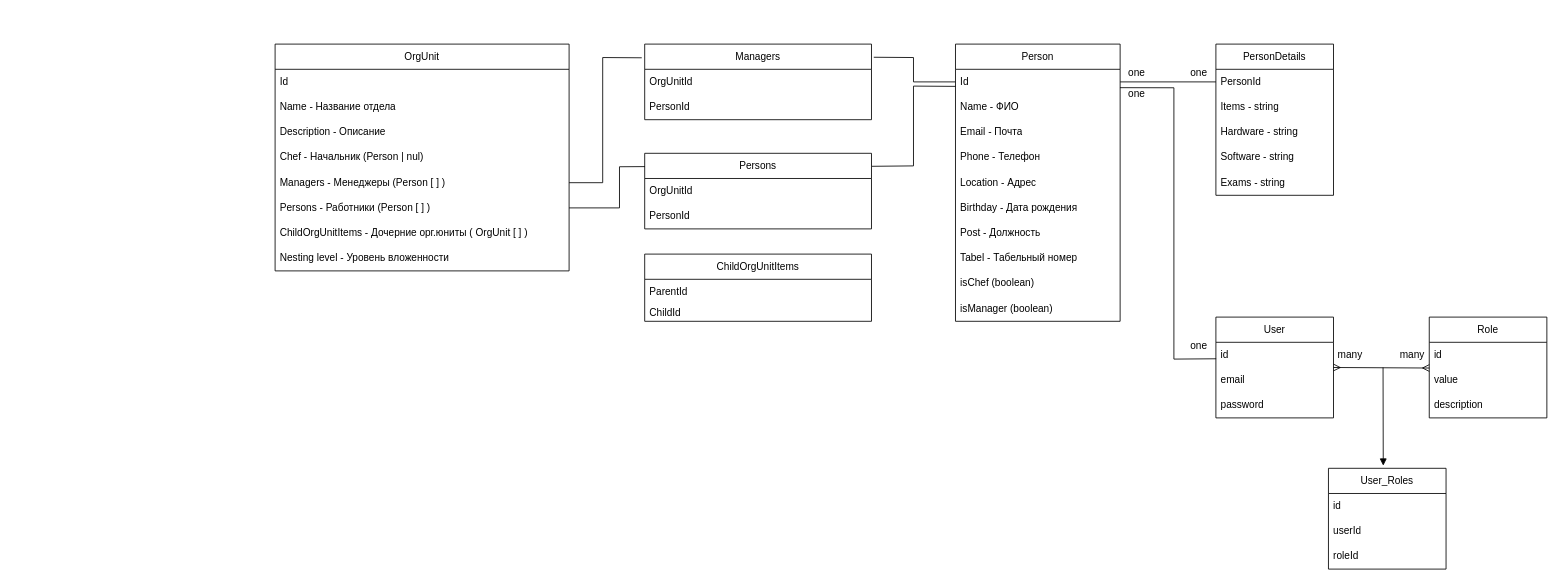
Above: TableSchema.drawio in mspolermo/org-structure (draw.io), before the change. Source tidied: cells renumbered, new cells numbered last; positions are measured from the earlier drawing's top-left corner, leaving out a move shared by most shapes. Both pictures are drawn from the tidied source at 84%, with x=0, y=0 at pixel (275, 44).
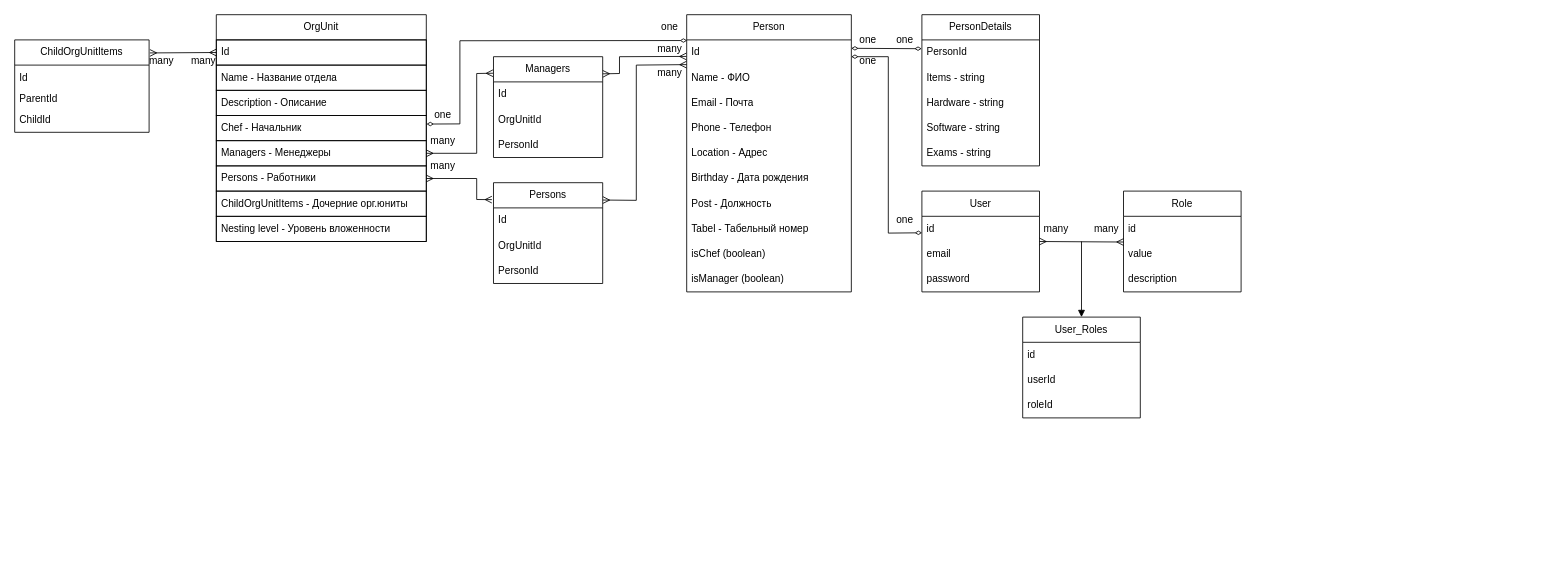
After the change.

Unchanged cells that the change refers to:
```xml
<mxCell id="3" value="Id" style="text;strokeColor=none;fillColor=none;align=left;verticalAlign=middle;spacingLeft=4;spacingRight=4;overflow=hidden;points=[[0,0.5],[1,0.5]];portConstraint=eastwest;whiteSpace=wrap;html=1;" parent="2" vertex="1">
  <mxGeometry y="30" width="196" height="30" as="geometry" />
</mxCell>
<mxCell id="14" value="PersonId" style="text;strokeColor=none;fillColor=none;align=left;verticalAlign=middle;spacingLeft=4;spacingRight=4;overflow=hidden;points=[[0,0.5],[1,0.5]];portConstraint=eastwest;whiteSpace=wrap;html=1;" parent="13" vertex="1">
  <mxGeometry y="30" width="140" height="30" as="geometry" />
</mxCell>
<mxCell id="46" value="id" style="text;strokeColor=none;fillColor=none;align=left;verticalAlign=middle;spacingLeft=4;spacingRight=4;overflow=hidden;points=[[0,0.5],[1,0.5]];portConstraint=eastwest;whiteSpace=wrap;html=1;" parent="45" vertex="1">
  <mxGeometry y="30" width="140" height="30" as="geometry" />
</mxCell>
```

The edit, as a diff of the source:
```diff
@@
     <mxCell id="2" value="Person" style="swimlane;fontStyle=0;horizontal=1;startSize=30;whiteSpace=wrap;html=1;" parent="1" vertex="1">
-      <mxGeometry x="810" width="196" height="330" as="geometry" />
+      <mxGeometry x="490" y="-35" width="196" height="330" as="geometry" />
     </mxCell>
@@
     <mxCell id="13" value="PersonDetails" style="swimlane;fontStyle=0;horizontal=1;startSize=30;whiteSpace=wrap;html=1;" parent="1" vertex="1">
-      <mxGeometry x="1120" width="140" height="180" as="geometry" />
+      <mxGeometry x="770" y="-35" width="140" height="180" as="geometry" />
     </mxCell>
@@
-    <mxCell id="20" style="endArrow=none;startArrow=none;html=1;rounded=0;entryX=0;entryY=0.5;entryDx=0;entryDy=0;startFill=0;endFill=0;exitX=1;exitY=0.5;exitDx=0;exitDy=0;" parent="1" edge="1" source="3" target="14">
+    <mxCell id="20" style="endArrow=diamondThin;startArrow=diamondThin;html=1;rounded=0;entryX=-0.001;entryY=0.349;entryDx=0;entryDy=0;startFill=0;endFill=0;exitX=0.999;exitY=0.334;exitDx=0;exitDy=0;exitPerimeter=0;entryPerimeter=0;" parent="1" edge="1" source="3" target="14">
       <mxGeometry relative="1" as="geometry" />
     </mxCell>
     <mxCell id="21" value="OrgUnit" style="swimlane;fontStyle=0;horizontal=1;startSize=30;whiteSpace=wrap;html=1;" parent="1" vertex="1">
-      <mxGeometry width="350" height="270" as="geometry" />
+      <mxGeometry x="-70" y="-35" width="250" height="270" as="geometry" />
     </mxCell>
-    <mxCell id="22" value="Id" style="text;strokeColor=none;fillColor=none;align=left;verticalAlign=middle;spacingLeft=4;spacingRight=4;overflow=hidden;points=[[0,0.5],[1,0.5]];portConstraint=eastwest;whiteSpace=wrap;html=1;" parent="21" vertex="1">
-      <mxGeometry y="30" width="350" height="30" as="geometry" />
+    <mxCell id="22" value="Id" style="text;strokeColor=default;fillColor=none;align=left;verticalAlign=middle;spacingLeft=4;spacingRight=4;overflow=hidden;points=[[0,0.5],[1,0.5]];portConstraint=eastwest;whiteSpace=wrap;html=1;" parent="21" vertex="1">
+      <mxGeometry y="30" width="250" height="30" as="geometry" />
     </mxCell>
-    <mxCell id="23" value="Name - Название отдела" style="text;strokeColor=none;fillColor=none;align=left;verticalAlign=middle;spacingLeft=4;spacingRight=4;overflow=hidden;whiteSpace=wrap;html=1;" parent="21" vertex="1">
-      <mxGeometry y="60" width="350" height="30" as="geometry" />
+    <mxCell id="23" value="Name - Название отдела" style="text;strokeColor=default;fillColor=none;align=left;verticalAlign=middle;spacingLeft=4;spacingRight=4;overflow=hidden;whiteSpace=wrap;html=1;" parent="21" vertex="1">
+      <mxGeometry y="60" width="250" height="30" as="geometry" />
     </mxCell>
-    <mxCell id="24" value="Description - Описание" style="text;strokeColor=none;fillColor=none;align=left;verticalAlign=middle;spacingLeft=4;spacingRight=4;overflow=hidden;whiteSpace=wrap;html=1;" parent="21" vertex="1">
-      <mxGeometry y="90" width="350" height="30" as="geometry" />
+    <mxCell id="24" value="Description - Описание" style="text;strokeColor=default;fillColor=none;align=left;verticalAlign=middle;spacingLeft=4;spacingRight=4;overflow=hidden;whiteSpace=wrap;html=1;" parent="21" vertex="1">
+      <mxGeometry y="90" width="250" height="30" as="geometry" />
     </mxCell>
-    <mxCell id="25" value="Chef - Начальник (Person | nul)" style="text;strokeColor=none;fillColor=none;align=left;verticalAlign=middle;spacingLeft=4;spacingRight=4;overflow=hidden;points=[[0,0.5],[1,0.5]];portConstraint=eastwest;whiteSpace=wrap;html=1;" parent="21" vertex="1">
-      <mxGeometry y="120" width="350" height="30" as="geometry" />
+    <mxCell id="25" value="Chef - Начальник" style="text;strokeColor=default;fillColor=none;align=left;verticalAlign=middle;spacingLeft=4;spacingRight=4;overflow=hidden;points=[[0,0.5],[1,0.5]];portConstraint=eastwest;whiteSpace=wrap;html=1;" parent="21" vertex="1">
+      <mxGeometry y="120" width="250" height="30" as="geometry" />
     </mxCell>
-    <mxCell id="26" value="Managers - Менеджеры (Person [ ] )" style="text;strokeColor=none;fillColor=none;align=left;verticalAlign=middle;spacingLeft=4;spacingRight=4;overflow=hidden;points=[[0,0.5],[1,0.5]];portConstraint=eastwest;whiteSpace=wrap;html=1;" parent="21" vertex="1">
-      <mxGeometry y="150" width="350" height="30" as="geometry" />
+    <mxCell id="26" value="Managers - Менеджеры" style="text;strokeColor=default;fillColor=none;align=left;verticalAlign=middle;spacingLeft=4;spacingRight=4;overflow=hidden;points=[[0,0.5],[1,0.5]];portConstraint=eastwest;whiteSpace=wrap;html=1;" parent="21" vertex="1">
+      <mxGeometry y="150" width="250" height="30" as="geometry" />
     </mxCell>
-    <mxCell id="27" value="Persons - Работники (Person [ ] )" style="text;strokeColor=none;fillColor=none;align=left;verticalAlign=middle;spacingLeft=4;spacingRight=4;overflow=hidden;points=[[0,0.5],[1,0.5]];portConstraint=eastwest;whiteSpace=wrap;html=1;" parent="21" vertex="1">
-      <mxGeometry y="180" width="350" height="30" as="geometry" />
+    <mxCell id="27" value="Persons - Работники" style="text;strokeColor=default;fillColor=none;align=left;verticalAlign=middle;spacingLeft=4;spacingRight=4;overflow=hidden;points=[[0,0.5],[1,0.5]];portConstraint=eastwest;whiteSpace=wrap;html=1;" parent="21" vertex="1">
+      <mxGeometry y="180" width="250" height="30" as="geometry" />
     </mxCell>
-    <mxCell id="28" value="ChildOrgUnitItems - Дочерние орг.юниты ( OrgUnit [ ] )" style="text;strokeColor=none;fillColor=none;align=left;verticalAlign=middle;spacingLeft=4;spacingRight=4;overflow=hidden;whiteSpace=wrap;html=1;" parent="21" vertex="1">
-      <mxGeometry y="210" width="350" height="30" as="geometry" />
+    <mxCell id="28" value="ChildOrgUnitItems - Дочерние орг.юниты" style="text;strokeColor=default;fillColor=none;align=left;verticalAlign=middle;spacingLeft=4;spacingRight=4;overflow=hidden;whiteSpace=wrap;html=1;" parent="21" vertex="1">
+      <mxGeometry y="210" width="250" height="30" as="geometry" />
     </mxCell>
-    <mxCell id="29" value="Nesting level - Уровень вложенности" style="text;strokeColor=none;fillColor=none;align=left;verticalAlign=middle;spacingLeft=4;spacingRight=4;overflow=hidden;whiteSpace=wrap;html=1;" parent="21" vertex="1">
-      <mxGeometry y="240" width="350" height="30" as="geometry" />
+    <mxCell id="29" value="Nesting level - Уровень вложенности" style="text;strokeColor=default;fillColor=none;align=left;verticalAlign=middle;spacingLeft=4;spacingRight=4;overflow=hidden;whiteSpace=wrap;html=1;" parent="21" vertex="1">
+      <mxGeometry y="240" width="250" height="30" as="geometry" />
     </mxCell>
     <mxCell id="30" value="Managers" style="swimlane;fontStyle=0;horizontal=1;startSize=30;whiteSpace=wrap;html=1;" parent="1" vertex="1">
-      <mxGeometry x="440" width="270" height="90" as="geometry" />
+      <mxGeometry x="260" y="15" width="130" height="120" as="geometry" />
     </mxCell>
-    <mxCell id="31" value="OrgUnitId&lt;br&gt;" style="text;strokeColor=none;fillColor=none;align=left;verticalAlign=middle;spacingLeft=4;spacingRight=4;overflow=hidden;whiteSpace=wrap;html=1;" parent="30" vertex="1">
-      <mxGeometry y="30" width="270" height="30" as="geometry" />
+    <mxCell id="31" value="Id&lt;br&gt;" style="text;strokeColor=none;fillColor=none;align=left;verticalAlign=middle;spacingLeft=4;spacingRight=4;overflow=hidden;whiteSpace=wrap;html=1;" parent="30" vertex="1">
+      <mxGeometry y="30" width="130" height="30" as="geometry" />
     </mxCell>
-    <mxCell id="32" value="PersonId&lt;br&gt;" style="text;strokeColor=none;fillColor=none;align=left;verticalAlign=middle;spacingLeft=4;spacingRight=4;overflow=hidden;whiteSpace=wrap;html=1;" parent="30" vertex="1">
-      <mxGeometry y="60" width="270" height="30" as="geometry" />
+    <mxCell id="32" value="OrgUnitId" style="text;strokeColor=none;fillColor=none;align=left;verticalAlign=middle;spacingLeft=4;spacingRight=4;overflow=hidden;whiteSpace=wrap;html=1;" parent="30" vertex="1">
+      <mxGeometry y="60" width="130" height="30" as="geometry" />
     </mxCell>
+    <mxCell id="64" value="PersonId" style="text;strokeColor=none;fillColor=none;align=left;verticalAlign=middle;spacingLeft=4;spacingRight=4;overflow=hidden;whiteSpace=wrap;html=1;" parent="30" vertex="1">
+      <mxGeometry y="90" width="130" height="30" as="geometry" />
+    </mxCell>
     <mxCell id="33" value="Persons" style="swimlane;fontStyle=0;horizontal=1;startSize=30;whiteSpace=wrap;html=1;" parent="1" vertex="1">
-      <mxGeometry x="440" y="130" width="270" height="90" as="geometry" />
+      <mxGeometry x="260" y="165" width="130" height="120" as="geometry" />
     </mxCell>
-    <mxCell id="34" value="OrgUnitId&lt;br&gt;" style="text;strokeColor=none;fillColor=none;align=left;verticalAlign=middle;spacingLeft=4;spacingRight=4;overflow=hidden;whiteSpace=wrap;html=1;" parent="33" vertex="1">
-      <mxGeometry y="30" width="270" height="30" as="geometry" />
+    <mxCell id="34" value="Id&lt;br&gt;" style="text;strokeColor=none;fillColor=none;align=left;verticalAlign=middle;spacingLeft=4;spacingRight=4;overflow=hidden;whiteSpace=wrap;html=1;" parent="33" vertex="1">
+      <mxGeometry y="30" width="130" height="30" as="geometry" />
     </mxCell>
-    <mxCell id="35" value="PersonId&lt;br&gt;" style="text;strokeColor=none;fillColor=none;align=left;verticalAlign=middle;spacingLeft=4;spacingRight=4;overflow=hidden;whiteSpace=wrap;html=1;" parent="33" vertex="1">
-      <mxGeometry y="60" width="270" height="30" as="geometry" />
+    <mxCell id="35" value="OrgUnitId" style="text;strokeColor=none;fillColor=none;align=left;verticalAlign=middle;spacingLeft=4;spacingRight=4;overflow=hidden;whiteSpace=wrap;html=1;" parent="33" vertex="1">
+      <mxGeometry y="60" width="130" height="30" as="geometry" />
     </mxCell>
+    <mxCell id="65" value="PersonId" style="text;strokeColor=none;fillColor=none;align=left;verticalAlign=middle;spacingLeft=4;spacingRight=4;overflow=hidden;whiteSpace=wrap;html=1;" parent="33" vertex="1">
+      <mxGeometry y="90" width="130" height="30" as="geometry" />
+    </mxCell>
-    <mxCell id="36" style="endArrow=none;html=1;rounded=0;exitX=1;exitY=0.5;exitDx=0;exitDy=0;entryX=-0.013;entryY=0.181;entryDx=0;entryDy=0;entryPerimeter=0;" parent="1" edge="1" source="26" target="30">
+    <mxCell id="36" style="endArrow=ERmany;html=1;rounded=0;exitX=1;exitY=0.5;exitDx=0;exitDy=0;entryX=-0.005;entryY=0.164;entryDx=0;entryDy=0;entryPerimeter=0;startArrow=ERmany;startFill=0;endFill=0;" parent="1" edge="1" source="26" target="30">
       <mxGeometry relative="1" as="geometry">
         <Array as="points">
-          <mxPoint x="390" y="165" />
-          <mxPoint x="390" y="16" />
+          <mxPoint x="240" y="130" />
+          <mxPoint x="240" y="35" />
         </Array>
       </mxGeometry>
     </mxCell>
-    <mxCell id="37" style="endArrow=none;html=1;rounded=0;entryX=1;entryY=0.5;entryDx=0;entryDy=0;exitX=0.001;exitY=0.176;exitDx=0;exitDy=0;exitPerimeter=0;" parent="1" edge="1" source="33" target="27">
+    <mxCell id="37" style="endArrow=ERmany;html=1;rounded=0;entryX=1;entryY=0.5;entryDx=0;entryDy=0;startArrow=ERmany;startFill=0;endFill=0;exitX=-0.015;exitY=0.168;exitDx=0;exitDy=0;exitPerimeter=0;" parent="1" edge="1" source="33" target="27">
       <mxGeometry relative="1" as="geometry">
         <Array as="points">
-          <mxPoint x="410" y="146" />
-          <mxPoint x="410" y="195" />
+          <mxPoint x="240" y="185" />
+          <mxPoint x="240" y="160" />
         </Array>
       </mxGeometry>
     </mxCell>
-    <mxCell id="38" style="endArrow=none;html=1;rounded=0;entryX=0;entryY=0.5;entryDx=0;entryDy=0;exitX=1.01;exitY=0.174;exitDx=0;exitDy=0;exitPerimeter=0;" parent="1" edge="1" source="30" target="3">
+    <mxCell id="38" style="endArrow=ERmany;html=1;rounded=0;entryX=-0.002;entryY=0.656;entryDx=0;entryDy=0;exitX=1.001;exitY=0.17;exitDx=0;exitDy=0;exitPerimeter=0;entryPerimeter=0;endFill=0;startArrow=ERmany;startFill=0;" parent="1" edge="1" source="30" target="3">
       <mxGeometry relative="1" as="geometry">
         <Array as="points">
-          <mxPoint x="760" y="16" />
-          <mxPoint x="760" y="45" />
+          <mxPoint x="410" y="35" />
+          <mxPoint x="410" y="15" />
         </Array>
       </mxGeometry>
     </mxCell>
-    <mxCell id="39" style="endArrow=none;html=1;rounded=0;entryX=0;entryY=0.678;entryDx=0;entryDy=0;entryPerimeter=0;exitX=1.002;exitY=0.172;exitDx=0;exitDy=0;exitPerimeter=0;" parent="1" edge="1" source="33" target="3">
+    <mxCell id="39" style="endArrow=ERmany;html=1;rounded=0;entryX=-0.001;entryY=0.981;entryDx=0;entryDy=0;entryPerimeter=0;exitX=1.002;exitY=0.172;exitDx=0;exitDy=0;exitPerimeter=0;endFill=0;startArrow=ERmany;startFill=0;" parent="1" edge="1" source="33" target="3">
       <mxGeometry relative="1" as="geometry">
         <Array as="points">
-          <mxPoint x="760" y="145" />
-          <mxPoint x="760" y="50" />
+          <mxPoint x="430" y="186" />
+          <mxPoint x="430" y="25" />
         </Array>
       </mxGeometry>
     </mxCell>
     <mxCell id="40" value="ChildOrgUnitItems" style="swimlane;fontStyle=0;horizontal=1;startSize=30;whiteSpace=wrap;html=1;" parent="1" vertex="1">
-      <mxGeometry x="440" y="250" width="270" height="80" as="geometry" />
+      <mxGeometry x="-310" y="-5" width="160" height="110" as="geometry" />
     </mxCell>
-    <mxCell id="41" value="ParentId" style="text;strokeColor=none;fillColor=none;align=left;verticalAlign=middle;spacingLeft=4;spacingRight=4;overflow=hidden;whiteSpace=wrap;html=1;" parent="40" vertex="1">
-      <mxGeometry y="30" width="270" height="30" as="geometry" />
+    <mxCell id="41" value="Id&lt;br&gt;" style="text;strokeColor=none;fillColor=none;align=left;verticalAlign=middle;spacingLeft=4;spacingRight=4;overflow=hidden;whiteSpace=wrap;html=1;" parent="40" vertex="1">
+      <mxGeometry y="30" width="160" height="30" as="geometry" />
     </mxCell>
-    <mxCell id="42" value="ChildId" style="text;strokeColor=none;fillColor=none;align=left;verticalAlign=middle;spacingLeft=4;spacingRight=4;overflow=hidden;whiteSpace=wrap;html=1;" parent="40" vertex="1">
-      <mxGeometry y="60" width="270" height="20" as="geometry" />
+    <mxCell id="42" value="ParentId" style="text;strokeColor=none;fillColor=none;align=left;verticalAlign=middle;spacingLeft=4;spacingRight=4;overflow=hidden;whiteSpace=wrap;html=1;" parent="40" vertex="1">
+      <mxGeometry y="60" width="160" height="20" as="geometry" />
     </mxCell>
+    <mxCell id="66" value="ChildId" style="text;strokeColor=none;fillColor=none;align=left;verticalAlign=middle;spacingLeft=4;spacingRight=4;overflow=hidden;whiteSpace=wrap;html=1;" parent="40" vertex="1">
+      <mxGeometry y="80" width="160" height="30" as="geometry" />
+    </mxCell>
     <mxCell id="43" value="one" style="text;html=1;strokeColor=none;fillColor=none;align=center;verticalAlign=middle;whiteSpace=wrap;rounded=0;" parent="1" vertex="1">
-      <mxGeometry x="1006" y="30" width="40" height="10" as="geometry" />
+      <mxGeometry x="686" y="-10" width="40" height="10" as="geometry" />
     </mxCell>
     <mxCell id="44" value="one" style="text;html=1;strokeColor=none;fillColor=none;align=center;verticalAlign=middle;whiteSpace=wrap;rounded=0;" parent="1" vertex="1">
-      <mxGeometry x="1080" y="30" width="40" height="10" as="geometry" />
+      <mxGeometry x="730" y="205" width="40" height="10" as="geometry" />
     </mxCell>
     <mxCell id="45" value="User" style="swimlane;fontStyle=0;horizontal=1;startSize=30;whiteSpace=wrap;html=1;" parent="1" vertex="1">
-      <mxGeometry x="1120" y="325" width="140" height="120" as="geometry" />
+      <mxGeometry x="770" y="175" width="140" height="120" as="geometry" />
     </mxCell>
@@
     <mxCell id="49" value="Role" style="swimlane;fontStyle=0;horizontal=1;startSize=30;whiteSpace=wrap;html=1;" parent="1" vertex="1">
-      <mxGeometry x="1374" y="325" width="140" height="120" as="geometry" />
+      <mxGeometry x="1010" y="175" width="140" height="120" as="geometry" />
     </mxCell>
@@
     <mxCell id="53" value="User_Roles" style="swimlane;fontStyle=0;horizontal=1;startSize=30;whiteSpace=wrap;html=1;" parent="1" vertex="1">
-      <mxGeometry x="1254" y="505" width="140" height="120" as="geometry" />
+      <mxGeometry x="890" y="325" width="140" height="120" as="geometry" />
     </mxCell>
@@
     <mxCell id="58" value="many" style="text;html=1;strokeColor=none;fillColor=none;align=center;verticalAlign=middle;whiteSpace=wrap;rounded=0;" parent="1" vertex="1">
-      <mxGeometry x="1260" y="365" width="40" height="10" as="geometry" />
+      <mxGeometry x="910" y="215" width="40" height="10" as="geometry" />
     </mxCell>
     <mxCell id="59" value="many" style="text;html=1;strokeColor=none;fillColor=none;align=center;verticalAlign=middle;whiteSpace=wrap;rounded=0;" parent="1" vertex="1">
-      <mxGeometry x="1334" y="365" width="40" height="10" as="geometry" />
+      <mxGeometry x="970" y="215" width="40" height="10" as="geometry" />
     </mxCell>
-    <mxCell id="60" style="endArrow=none;html=1;rounded=0;exitX=0.466;exitY=-0.026;exitDx=0;exitDy=0;exitPerimeter=0;startArrow=block;startFill=1;" parent="1" edge="1" source="53">
+    <mxCell id="60" style="endArrow=none;html=1;rounded=0;exitX=0.5;exitY=0;exitDx=0;exitDy=0;startArrow=block;startFill=1;" parent="1" edge="1" source="53">
       <mxGeometry relative="1" as="geometry">
-        <mxPoint x="1319" y="385" as="targetPoint" />
+        <mxPoint x="960" y="235" as="targetPoint" />
       </mxGeometry>
     </mxCell>
-    <mxCell id="61" style="endArrow=none;html=1;rounded=0;entryX=0.999;entryY=0.729;entryDx=0;entryDy=0;entryPerimeter=0;exitX=0.002;exitY=0.654;exitDx=0;exitDy=0;startArrow=none;startFill=0;exitPerimeter=0;" parent="1" edge="1" source="46" target="3">
+    <mxCell id="61" style="endArrow=diamondThin;html=1;rounded=0;entryX=0.999;entryY=0.666;entryDx=0;entryDy=0;entryPerimeter=0;exitX=0.002;exitY=0.654;exitDx=0;exitDy=0;startArrow=diamondThin;startFill=0;exitPerimeter=0;endFill=0;" parent="1" edge="1" source="46" target="3">
       <mxGeometry relative="1" as="geometry">
         <Array as="points">
-          <mxPoint x="1070" y="375" />
-          <mxPoint x="1070" y="52" />
+          <mxPoint x="730" y="225" />
+          <mxPoint x="730" y="15" />
         </Array>
       </mxGeometry>
     </mxCell>
     <mxCell id="62" value="one" style="text;html=1;strokeColor=none;fillColor=none;align=center;verticalAlign=middle;whiteSpace=wrap;rounded=0;" parent="1" vertex="1">
-      <mxGeometry x="1006" y="55" width="40" height="10" as="geometry" />
+      <mxGeometry x="686" y="15" width="40" height="10" as="geometry" />
     </mxCell>
     <mxCell id="63" value="one" style="text;html=1;strokeColor=none;fillColor=none;align=center;verticalAlign=middle;whiteSpace=wrap;rounded=0;" parent="1" vertex="1">
-      <mxGeometry x="1080" y="355" width="40" height="10" as="geometry" />
+      <mxGeometry x="730" y="-10" width="40" height="10" as="geometry" />
     </mxCell>
+    <mxCell id="67" style="endArrow=diamondThin;html=1;rounded=0;exitX=1.001;exitY=0.339;exitDx=0;exitDy=0;exitPerimeter=0;entryX=0.003;entryY=0.025;entryDx=0;entryDy=0;entryPerimeter=0;endFill=0;startArrow=diamondThin;startFill=0;" parent="1" edge="1" source="25" target="3">
+      <mxGeometry relative="1" as="geometry">
+        <Array as="points">
+          <mxPoint x="220" y="95" />
+          <mxPoint x="220" y="-4" />
+        </Array>
+      </mxGeometry>
+    </mxCell>
+    <mxCell id="68" value="one" style="text;html=1;strokeColor=none;fillColor=none;align=center;verticalAlign=middle;whiteSpace=wrap;rounded=0;" parent="1" vertex="1">
+      <mxGeometry x="180" y="75" width="40" height="20" as="geometry" />
+    </mxCell>
+    <mxCell id="69" value="many" style="text;html=1;strokeColor=none;fillColor=none;align=center;verticalAlign=middle;whiteSpace=wrap;rounded=0;" parent="1" vertex="1">
+      <mxGeometry x="180" y="105" width="40" height="20" as="geometry" />
+    </mxCell>
+    <mxCell id="70" value="many" style="text;html=1;strokeColor=none;fillColor=none;align=center;verticalAlign=middle;whiteSpace=wrap;rounded=0;" parent="1" vertex="1">
+      <mxGeometry x="180" y="135" width="40" height="20" as="geometry" />
+    </mxCell>
+    <mxCell id="71" value="many" style="text;html=1;strokeColor=none;fillColor=none;align=center;verticalAlign=middle;whiteSpace=wrap;rounded=0;" parent="1" vertex="1">
+      <mxGeometry x="450" y="25" width="40" height="20" as="geometry" />
+    </mxCell>
+    <mxCell id="72" value="many" style="text;html=1;strokeColor=none;fillColor=none;align=center;verticalAlign=middle;whiteSpace=wrap;rounded=0;" parent="1" vertex="1">
+      <mxGeometry x="460" y="5" width="20" as="geometry" />
+    </mxCell>
+    <mxCell id="73" value="one" style="text;html=1;strokeColor=none;fillColor=none;align=center;verticalAlign=middle;whiteSpace=wrap;rounded=0;" parent="1" vertex="1">
+      <mxGeometry x="450" y="-30" width="40" height="20" as="geometry" />
+    </mxCell>
+    <mxCell id="74" style="endArrow=ERmany;html=1;rounded=0;entryX=0;entryY=0.5;entryDx=0;entryDy=0;exitX=1.006;exitY=0.141;exitDx=0;exitDy=0;exitPerimeter=0;startArrow=ERmany;startFill=0;endFill=0;" parent="1" edge="1" source="40" target="22">
+      <mxGeometry relative="1" as="geometry" />
+    </mxCell>
+    <mxCell id="75" value="many" style="text;html=1;strokeColor=none;fillColor=none;align=center;verticalAlign=middle;whiteSpace=wrap;rounded=0;" parent="1" vertex="1">
+      <mxGeometry x="-150" y="10" width="30" height="20" as="geometry" />
+    </mxCell>
+    <mxCell id="76" value="many" style="text;html=1;strokeColor=none;fillColor=none;align=center;verticalAlign=middle;whiteSpace=wrap;rounded=0;" parent="1" vertex="1">
+      <mxGeometry x="-100" y="10" width="30" height="20" as="geometry" />
+    </mxCell>
```
